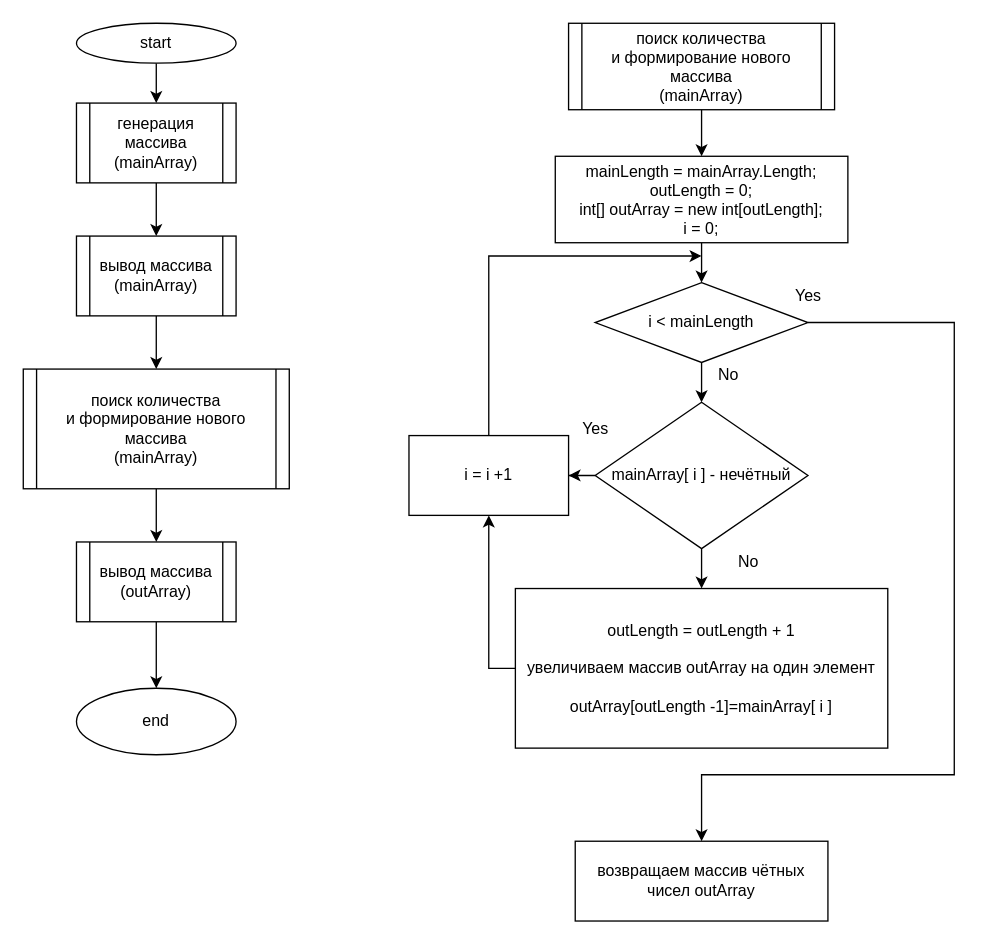
CovChEGG/dev1Group6 keeps this draw.io diagram as Untitled Diagram.drawio. Above is the earlier version. Source tidied: cells renumbered, new cells numbered last; positions are measured from the earlier drawing's top-left corner, leaving out a move shared by most shapes. Both pictures are drawn from the tidied source at 133%, with x=0, y=0 at pixel (23, 23).
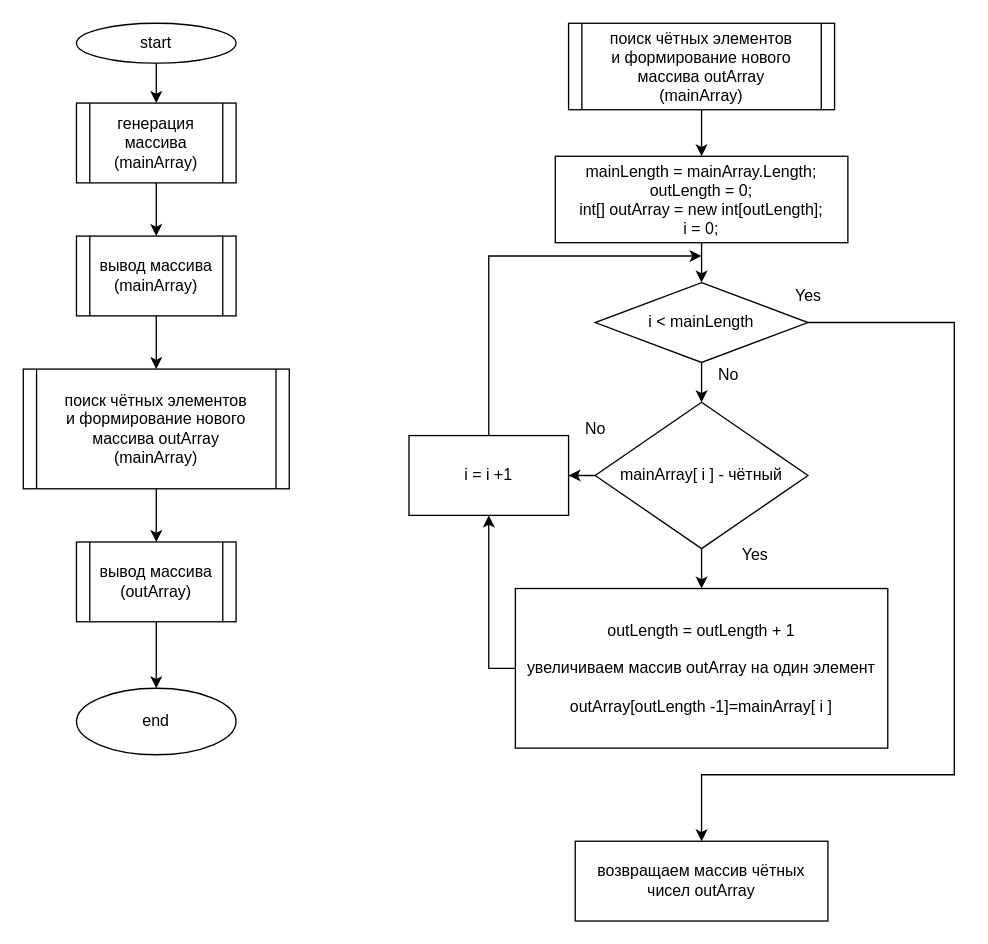
The same diagram, later.

Diff of the diagram source:
```diff
@@
-    <mxCell id="7" value="&lt;div&gt;поиск количества&lt;/div&gt;&lt;div&gt;и формирование нового массива&lt;/div&gt;&lt;div&gt;(mainArray)&lt;br&gt;&lt;/div&gt;" style="shape=process;whiteSpace=wrap;html=1;backgroundOutline=1;size=0.05;" parent="1" vertex="1">
+    <mxCell id="7" value="&lt;div&gt;поиск чётных элементов&lt;br&gt;&lt;/div&gt;&lt;div&gt;и формирование нового массива outArray&lt;br&gt;&lt;/div&gt;&lt;div&gt;(mainArray)&lt;br&gt;&lt;/div&gt;" style="shape=process;whiteSpace=wrap;html=1;backgroundOutline=1;size=0.05;" parent="1" vertex="1">
       <mxGeometry y="260" width="200" height="90" as="geometry" />
     </mxCell>
@@
-    <mxCell id="14" value="&lt;div&gt;поиск количества&lt;/div&gt;&lt;div&gt;и формирование нового массива&lt;/div&gt;&lt;div&gt;(mainArray)&lt;br&gt;&lt;/div&gt;" style="shape=process;whiteSpace=wrap;html=1;backgroundOutline=1;size=0.05;" parent="1" vertex="1">
+    <mxCell id="14" value="&lt;div&gt;поиск чётных элементов&lt;br&gt;&lt;/div&gt;&lt;div&gt;и формирование нового массива outArray&lt;br&gt;&lt;/div&gt;(mainArray)" style="shape=process;whiteSpace=wrap;html=1;backgroundOutline=1;size=0.05;" parent="1" vertex="1">
       <mxGeometry x="410" width="200" height="65" as="geometry" />
     </mxCell>
@@
-    <mxCell id="23" value="mainArray[ i ] - нечётный" style="rhombus;whiteSpace=wrap;html=1;" parent="1" vertex="1">
+    <mxCell id="23" value="mainArray[ i ] - чётный" style="rhombus;whiteSpace=wrap;html=1;" parent="1" vertex="1">
       <mxGeometry x="430" y="285" width="160" height="110" as="geometry" />
     </mxCell>
@@
     <mxCell id="31" value="Yes" style="text;html=1;align=center;verticalAlign=middle;strokeColor=none;fillColor=none;" parent="1" vertex="1">
-      <mxGeometry x="410" y="295" width="40" height="20" as="geometry" />
+      <mxGeometry x="530" y="390" width="40" height="20" as="geometry" />
     </mxCell>
     <mxCell id="32" value="No" style="text;html=1;align=center;verticalAlign=middle;strokeColor=none;fillColor=none;" parent="1" vertex="1">
-      <mxGeometry x="530" y="395" width="30" height="20" as="geometry" />
+      <mxGeometry x="415" y="295" width="30" height="20" as="geometry" />
     </mxCell>
```
